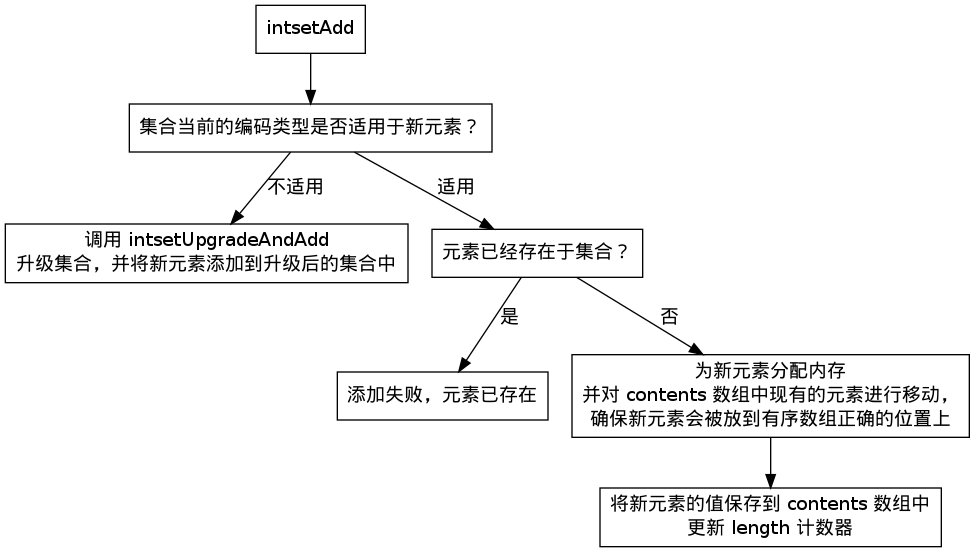
Above: compress-datastruct/image/intsetAdd.png in huangzworks/redisbook (Graphviz), before the change. Its source is kept beside it as compress-datastruct/image/intsetAdd.dot. Source of this version:
```dot
digraph intsetAdd {

    node [shape=box];

    start [label="intsetAdd"];

    check_encoding [label="集合当前的编码类型是否适用于新元素？"];

    start -> check_encoding;


    upgrade [label="调用 intsetUpgradeAndAdd\n升级集合，并将新元素添加到升级后的集合中"];

    check_encoding -> upgrade [label="不适用"];

    value_exists [label="元素已经存在于集合？"];

    check_encoding -> value_exists [label="适用"];


    insert_fail [label="添加失败，元素已存在"];

    realloc_and_move [label="为新元素分配内存\n并对 contents 数组中现有的元素进行移动，\n确保新元素会被放到有序数组正确的位置上"];

    value_exists -> insert_fail [label="是"];

    value_exists -> realloc_and_move [label="否"];


    done [label="将新元素的值保存到 contents 数组中\n更新 length 计数器"];

    realloc_and_move -> done;
}
```
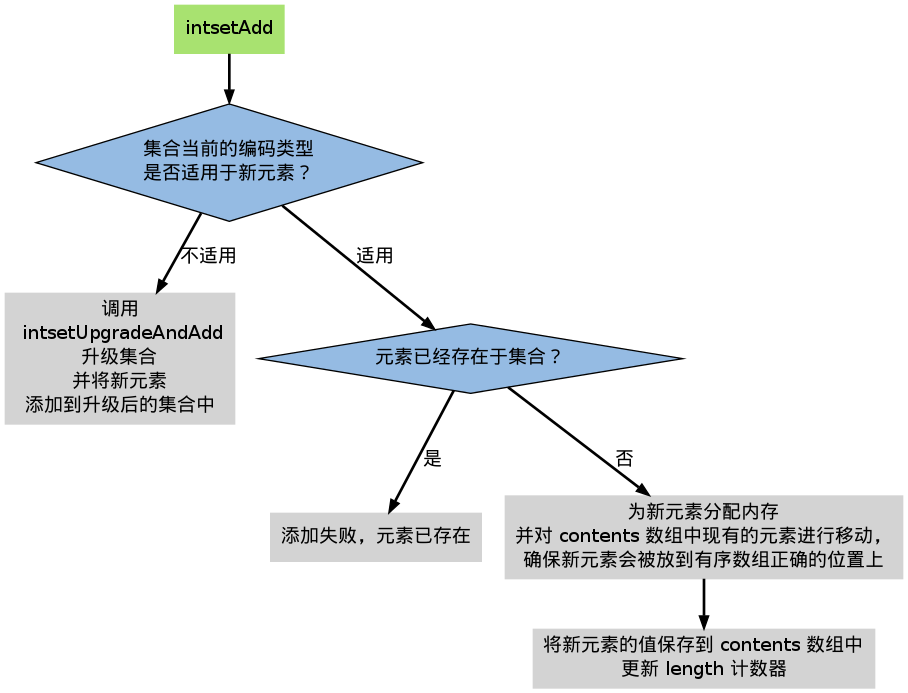
After the change.

Commit message:
美化《整数集合》章节的图片

Diff of the diagram source:
```diff
@@ -1,19 +1,20 @@
 digraph intsetAdd {
 
-    node [shape=box];
+    node [shape=plaintext, style = filled];
 
-    start [label="intsetAdd"];
+    edge [style = bold];
 
-    check_encoding [label="集合当前的编码类型是否适用于新元素？"];
+    start [label="intsetAdd", fillcolor = "#A8E270"];
+
+    check_encoding [label="集合当前的编码类型\n是否适用于新元素？", shape = diamond, fillcolor = "#95BBE3"];
 
     start -> check_encoding;
 
-
-    upgrade [label="调用 intsetUpgradeAndAdd\n升级集合，并将新元素添加到升级后的集合中"];
+    upgrade [label="调用\n intsetUpgradeAndAdd\n升级集合\n并将新元素\n添加到升级后的集合中"];
 
     check_encoding -> upgrade [label="不适用"];
 
-    value_exists [label="元素已经存在于集合？"];
+    value_exists [label="元素已经存在于集合？", shape = diamond, fillcolor = "#95BBE3"];
 
     check_encoding -> value_exists [label="适用"];
 
```
